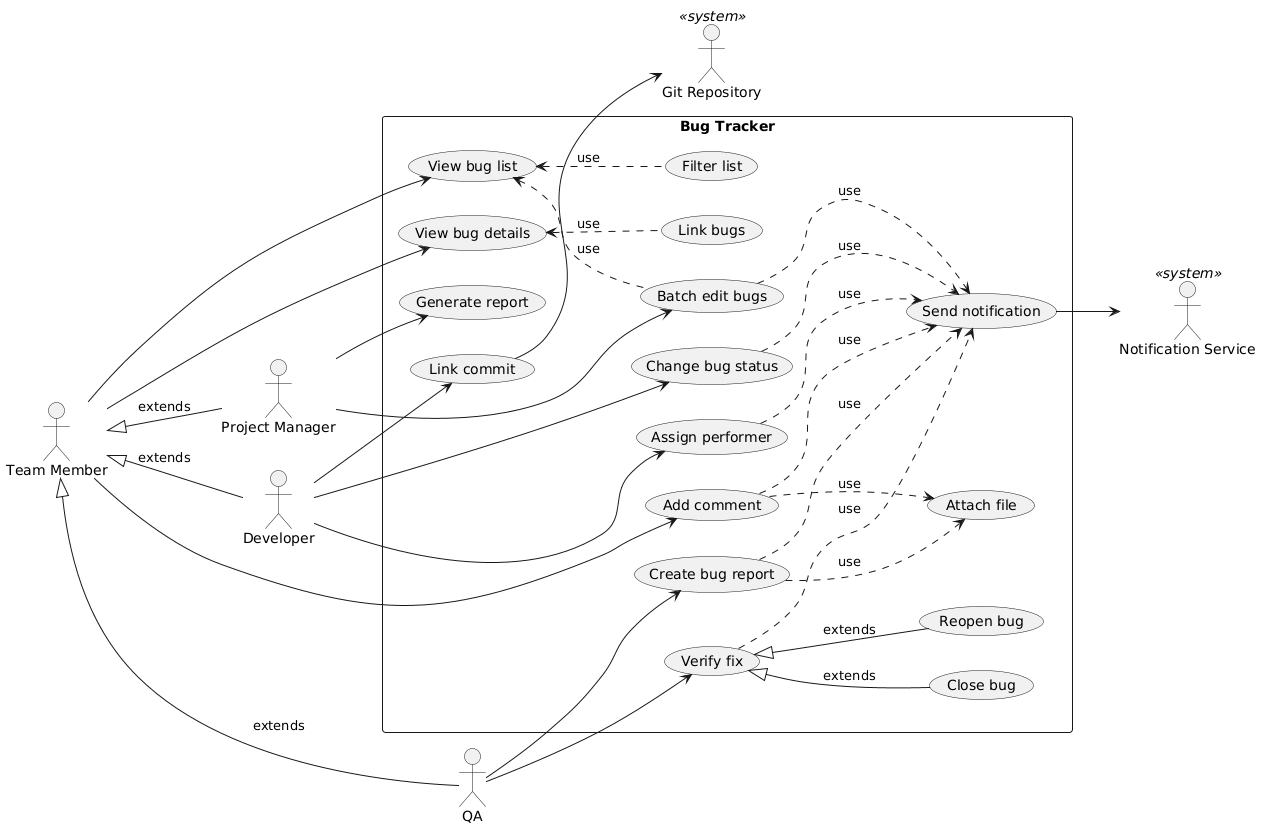
Pasha-Makarenko/KPI keeps this PlantUML diagram as labs/lab2/usecase_diagram.png. Above is the earlier version.
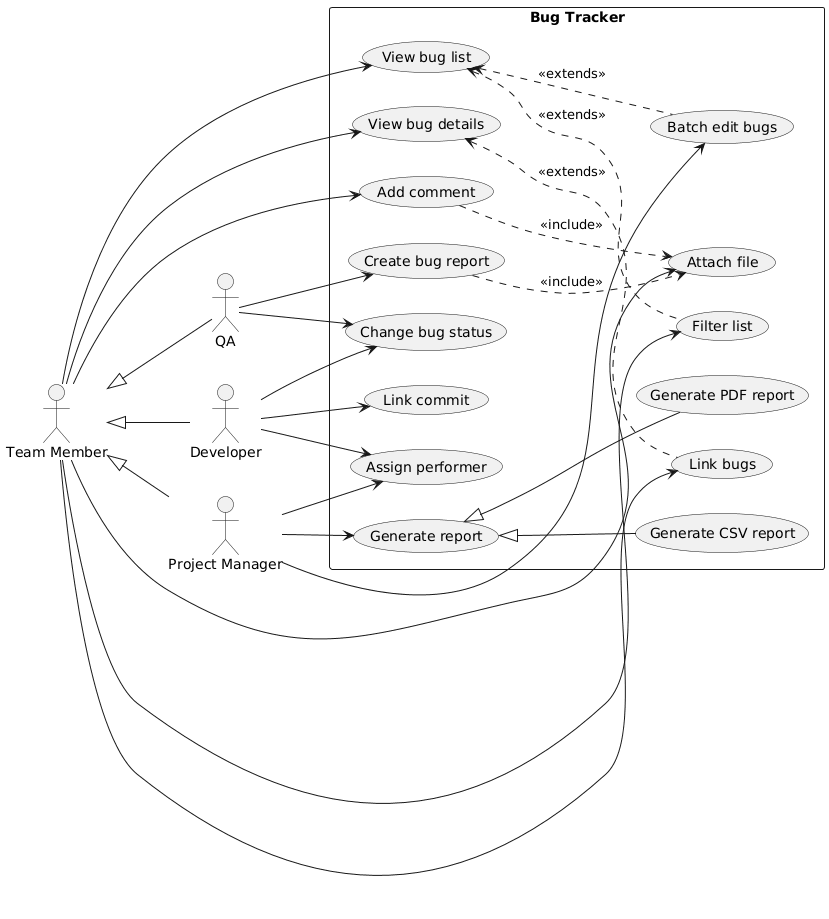
The same diagram one commit later.

Diff of the diagram source:
```diff
@@ -5,12 +5,10 @@
 actor "QA" as QA
 actor "Developer" as Dev
 actor "Project Manager" as PM
-actor "Notification Service" as NotifService <<system>>
-actor "Git Repository" as GitRepo <<system>>
 
-TeamMember <|-- QA : extends
-TeamMember <|-- Dev : extends
-TeamMember <|-- PM : extends
+TeamMember <|-- QA
+TeamMember <|-- Dev
+TeamMember <|-- PM
 
 rectangle "Bug Tracker" {
   usecase UC_ViewList as "View bug list"
@@ -21,21 +19,22 @@
   usecase UC_AssignBug as "Assign performer"
   usecase UC_LinkCommit as "Link commit"
   usecase UC_GenReport as "Generate report"
-  usecase UC_Notify as "Send notification"
   usecase UC_AttachFile as "Attach file"
   usecase UC_FilterList as "Filter list"
   usecase UC_BatchEdit as "Batch edit bugs"
   usecase UC_LinkBugs as "Link bugs"
-  usecase UC_VerifyFix as "Verify fix"
-  usecase UC_CloseBug as "Close bug"
-  usecase UC_ReopenBug as "Reopen bug"
+  usecase UC_GenPDF as "Generate PDF report"
+  usecase UC_GenCSV as "Generate CSV report"
 
   TeamMember --> UC_ViewList
   TeamMember --> UC_ViewDetails
   TeamMember --> UC_AddComment
+  TeamMember --> UC_AttachFile
+  TeamMember --> UC_LinkBugs
+  TeamMember --> UC_FilterList
 
   QA --> UC_CreateBug
-  QA --> UC_VerifyFix
+  QA --> UC_ChangeStatus
 
   Dev --> UC_ChangeStatus
   Dev --> UC_AssignBug
@@ -43,22 +42,16 @@
 
   PM --> UC_GenReport
   PM --> UC_BatchEdit
+  PM --> UC_AssignBug
 
-  UC_LinkCommit --> GitRepo
-  UC_Notify --> NotifService
+  UC_GenReport <|-- UC_GenPDF
+  UC_GenReport <|-- UC_GenCSV
 
-  UC_VerifyFix <|-- UC_CloseBug : extends
-  UC_VerifyFix <|-- UC_ReopenBug : extends
-  UC_CreateBug ..> UC_Notify : use
-  UC_ChangeStatus ..> UC_Notify : use
-  UC_AddComment ..> UC_Notify : use
-  UC_AssignBug ..> UC_Notify : use
-  UC_VerifyFix ..> UC_Notify : use
-  UC_BatchEdit ..> UC_Notify : use
-  UC_CreateBug ..> UC_AttachFile : use
-  UC_AddComment ..> UC_AttachFile : use
-  UC_ViewDetails <.. UC_LinkBugs : use
-  UC_ViewList <.. UC_FilterList : use
-  UC_ViewList <.. UC_BatchEdit : use
+  UC_ViewList <.. UC_FilterList : <<extends>>
+  UC_ViewList <.. UC_BatchEdit : <<extends>>
+  UC_ViewDetails <.. UC_LinkBugs : <<extends>>
+
+  UC_CreateBug ..> UC_AttachFile : <<include>>
+  UC_AddComment ..> UC_AttachFile : <<include>>
 }
 @enduml
```
